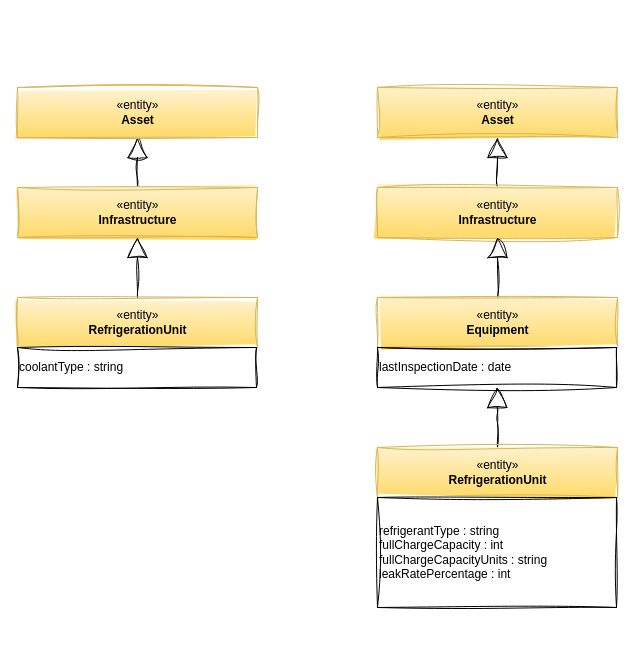
Earlier version of the draw.io diagram page "refrigeration-types" (14 of 19) of site/docs/practices/coco-pharmaceuticals/scenarios/sustainability-initiative/sustainability-samples.drawio (odpi/egeria-docs). Source tidied: cells renumbered, new cells numbered last; positions are measured from the earlier drawing's top-left corner, leaving out a move shared by most shapes. Both pictures are drawn from the tidied source at 100%, with x=0, y=0 at pixel (17, 87).
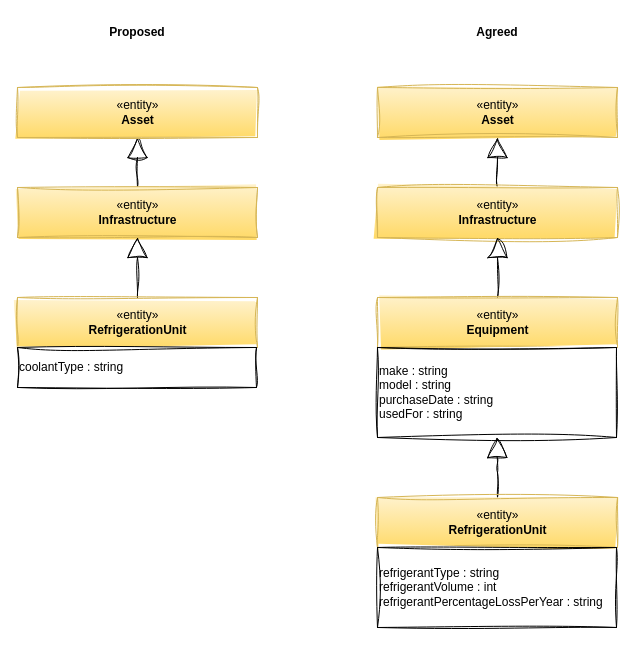
Above is the later version.

Diff of the diagram source:
```diff
@@
 <mxGraphModel>
   <root>
     <mxCell id="0" />
     <mxCell id="1" parent="0" />
     <mxCell id="2" style="edgeStyle=orthogonalEdgeStyle;rounded=0;jettySize=auto;html=1;endArrow=block;endFill=0;endSize=18;strokeWidth=1;sketch=1;curveFitting=1;jiggle=2;" parent="1" edge="1" source="3" target="7">
       <mxGeometry relative="1" as="geometry" />
     </mxCell>
     <mxCell id="3" value="«entity»&lt;br&gt;&lt;b&gt;Infrastructure&lt;/b&gt;" style="html=1;strokeColor=#d6b656;align=center;fillColor=#fff2cc;gradientColor=#ffd966;sketch=1;curveFitting=1;jiggle=2;" parent="1" vertex="1">
       <mxGeometry y="100" width="240" height="50" as="geometry" />
     </mxCell>
     <mxCell id="4" style="edgeStyle=orthogonalEdgeStyle;rounded=0;jettySize=auto;html=1;endArrow=block;endFill=0;endSize=18;entryX=0.5;entryY=1;entryDx=0;entryDy=0;sketch=1;curveFitting=1;jiggle=2;" parent="1" edge="1" source="5" target="3">
       <mxGeometry relative="1" as="geometry" />
     </mxCell>
     <mxCell id="5" value="«entity»&lt;br&gt;&lt;b&gt;RefrigerationUnit&lt;/b&gt;" style="html=1;strokeColor=#d6b656;align=center;fillColor=#fff2cc;gradientColor=#ffd966;sketch=1;curveFitting=1;jiggle=2;" parent="1" vertex="1">
       <mxGeometry y="210" width="240" height="50" as="geometry" />
     </mxCell>
     <mxCell id="6" value="coolantType : string" style="rounded=0;whiteSpace=wrap;html=1;strokeColor=#000000;gradientColor=#ffffff;align=left;sketch=1;curveFitting=1;jiggle=2;" parent="1" vertex="1">
       <mxGeometry y="260" width="239" height="40" as="geometry" />
     </mxCell>
     <mxCell id="7" value="«entity»&lt;br&gt;&lt;b&gt;Asset&lt;/b&gt;" style="html=1;strokeColor=#d6b656;align=center;fillColor=#fff2cc;gradientColor=#ffd966;sketch=1;curveFitting=1;jiggle=2;" parent="1" vertex="1">
       <mxGeometry width="240" height="50" as="geometry" />
     </mxCell>
     <mxCell id="8" style="edgeStyle=orthogonalEdgeStyle;rounded=0;jettySize=auto;html=1;endArrow=block;endFill=0;endSize=18;strokeWidth=1;sketch=1;curveFitting=1;jiggle=2;" parent="1" edge="1" source="9" target="13">
       <mxGeometry relative="1" as="geometry" />
     </mxCell>
     <mxCell id="9" value="«entity»&lt;br&gt;&lt;b&gt;Infrastructure&lt;/b&gt;" style="html=1;strokeColor=#d6b656;align=center;fillColor=#fff2cc;gradientColor=#ffd966;sketch=1;curveFitting=1;jiggle=2;" parent="1" vertex="1">
       <mxGeometry x="360" y="100" width="240" height="50" as="geometry" />
     </mxCell>
     <mxCell id="10" style="edgeStyle=orthogonalEdgeStyle;rounded=0;jettySize=auto;html=1;endArrow=block;endFill=0;endSize=18;entryX=0.5;entryY=1;entryDx=0;entryDy=0;sketch=1;curveFitting=1;jiggle=2;" parent="1" edge="1" source="11" target="9">
       <mxGeometry relative="1" as="geometry" />
     </mxCell>
     <mxCell id="11" value="«entity»&lt;br&gt;&lt;b&gt;Equipment&lt;/b&gt;" style="html=1;strokeColor=#d6b656;align=center;fillColor=#fff2cc;gradientColor=#ffd966;sketch=1;curveFitting=1;jiggle=2;" parent="1" vertex="1">
       <mxGeometry x="360" y="210" width="240" height="50" as="geometry" />
     </mxCell>
-    <mxCell id="12" value="lastInspectionDate : date" style="rounded=0;whiteSpace=wrap;html=1;strokeColor=#000000;gradientColor=#ffffff;align=left;sketch=1;curveFitting=1;jiggle=2;" parent="1" vertex="1">
-      <mxGeometry x="360" y="260" width="239" height="40" as="geometry" />
+    <mxCell id="12" value="make : string&lt;div&gt;model : string&lt;/div&gt;&lt;div&gt;purchaseDate : string&lt;/div&gt;&lt;div&gt;&lt;span style=&quot;background-color: transparent; color: light-dark(rgb(0, 0, 0), rgb(255, 255, 255));&quot;&gt;usedFor : string&lt;/span&gt;&lt;/div&gt;" style="rounded=0;whiteSpace=wrap;html=1;strokeColor=#000000;gradientColor=#ffffff;align=left;sketch=1;curveFitting=1;jiggle=2;" parent="1" vertex="1">
+      <mxGeometry x="360" y="260" width="239" height="90" as="geometry" />
     </mxCell>
     <mxCell id="13" value="«entity»&lt;br&gt;&lt;b&gt;Asset&lt;/b&gt;" style="html=1;strokeColor=#d6b656;align=center;fillColor=#fff2cc;gradientColor=#ffd966;sketch=1;curveFitting=1;jiggle=2;" parent="1" vertex="1">
       <mxGeometry x="360" width="240" height="50" as="geometry" />
     </mxCell>
     <mxCell id="14" style="edgeStyle=orthogonalEdgeStyle;rounded=0;jettySize=auto;html=1;endArrow=block;endFill=0;endSize=18;sketch=1;curveFitting=1;jiggle=2;" parent="1" edge="1" source="15" target="12">
       <mxGeometry relative="1" as="geometry" />
     </mxCell>
     <mxCell id="15" value="«entity»&lt;br&gt;&lt;b&gt;RefrigerationUnit&lt;/b&gt;" style="html=1;strokeColor=#d6b656;align=center;fillColor=#fff2cc;gradientColor=#ffd966;sketch=1;curveFitting=1;jiggle=2;" parent="1" vertex="1">
-      <mxGeometry x="360" y="360" width="240" height="50" as="geometry" />
+      <mxGeometry x="360" y="410" width="240" height="50" as="geometry" />
     </mxCell>
-    <mxCell id="16" value="refrigerantType : string&lt;div&gt;fullChargeCapacity : int&lt;/div&gt;&lt;div&gt;fullChargeCapacityUnits : string&lt;br&gt;&lt;div&gt;leakRatePercentage : int&lt;/div&gt;&lt;/div&gt;" style="rounded=0;whiteSpace=wrap;html=1;strokeColor=#000000;gradientColor=#ffffff;align=left;sketch=1;curveFitting=1;jiggle=2;" parent="1" vertex="1">
-      <mxGeometry x="360" y="410" width="239" height="110" as="geometry" />
+    <mxCell id="16" value="refrigerantType : string&lt;div&gt;refrigerantVolume : int&lt;/div&gt;&lt;div&gt;refrigerantPercentageLossPerYear : string&lt;/div&gt;" style="rounded=0;whiteSpace=wrap;html=1;strokeColor=#000000;gradientColor=#ffffff;align=left;sketch=1;curveFitting=1;jiggle=2;" parent="1" vertex="1">
+      <mxGeometry x="360" y="460" width="239" height="80" as="geometry" />
     </mxCell>
+    <mxCell id="17" value="Proposed" style="text;html=1;whiteSpace=wrap;strokeColor=none;fillColor=none;align=center;verticalAlign=middle;rounded=0;fontStyle=1;" parent="1" vertex="1">
+      <mxGeometry x="89.5" y="-70" width="60" height="30" as="geometry" />
+    </mxCell>
+    <mxCell id="18" value="Agreed" style="text;html=1;whiteSpace=wrap;strokeColor=none;fillColor=none;align=center;verticalAlign=middle;rounded=0;fontStyle=1;" parent="1" vertex="1">
+      <mxGeometry x="449.5" y="-70" width="60" height="30" as="geometry" />
+    </mxCell>
   </root>
 </mxGraphModel>
```
